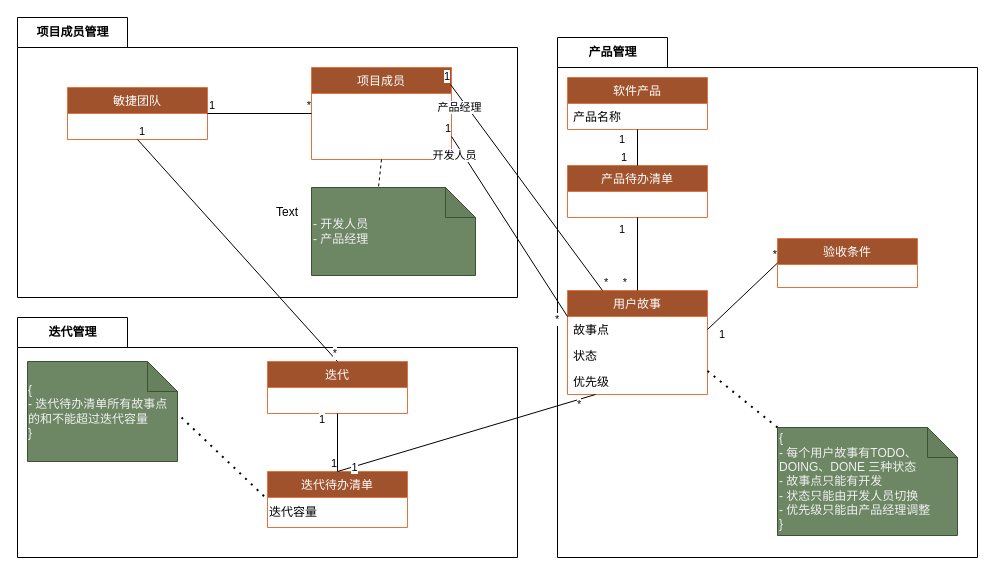
The draw.io diagram DDD/敏捷软件领域建模.drawio in fireroundgithub/draw.io, before the edit. Source tidied: cells renumbered, new cells numbered last; positions are measured from the earlier drawing's top-left corner, leaving out a move shared by most shapes. Both pictures are drawn from the tidied source at 100%, with x=0, y=0 at pixel (17, 17).
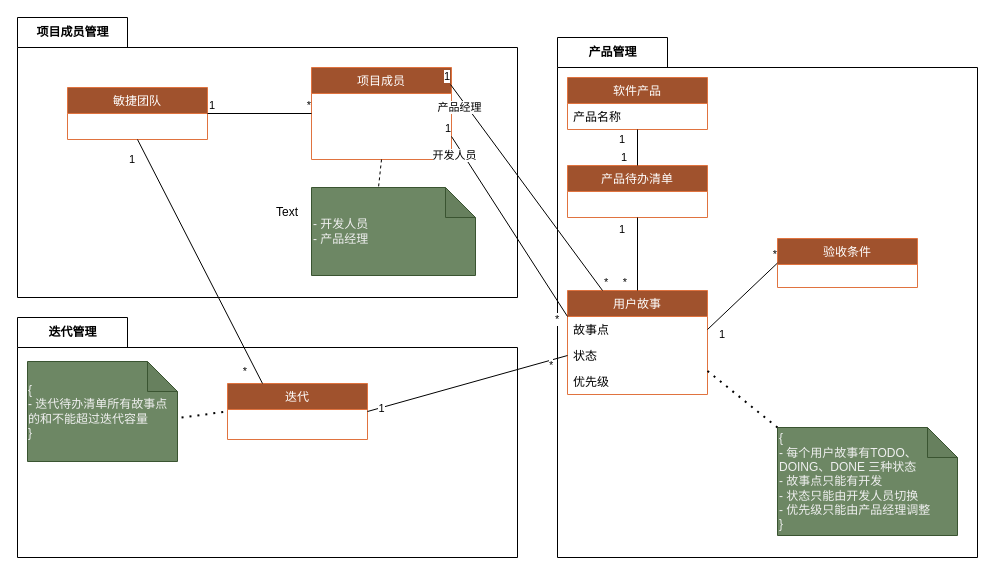
After the change.

Commit message (it also covers changes not shown here):
更新敏捷软件领域建模.drawio

Unchanged cells that the change refers to:
```xml
<mxCell id="6" value="敏捷团队" style="swimlane;fontStyle=0;horizontal=1;startSize=26;fillColor=#a0522d;strokeColor=#E0733F;fontColor=#ffffff;" parent="2" vertex="1">
  <mxGeometry x="50" y="70" width="140" height="52" as="geometry" />
</mxCell>
<mxCell id="15" value="状态" style="text;strokeColor=none;fillColor=none;align=left;verticalAlign=top;spacingLeft=4;spacingRight=4;overflow=hidden;points=[[0,0.5],[1,0.5]];portConstraint=eastwest;" parent="13" vertex="1">
  <mxGeometry y="52" width="140" height="26" as="geometry" />
</mxCell>
<mxCell id="16" value="优先级" style="text;strokeColor=none;fillColor=none;align=left;verticalAlign=top;spacingLeft=4;spacingRight=4;overflow=hidden;points=[[0,0.5],[1,0.5]];portConstraint=eastwest;" parent="13" vertex="1">
  <mxGeometry y="78" width="140" height="26" as="geometry" />
</mxCell>
<mxCell id="25" value="迭代管理" style="shape=folder;fontStyle=1;tabWidth=110;tabHeight=30;tabPosition=left;html=1;boundedLbl=1;labelInHeader=1;" parent="1" vertex="1">
  <mxGeometry y="300" width="500" height="240" as="geometry" />
</mxCell>
```

Diff of the diagram source:
```diff
@@
-    <mxCell id="26" value="迭代待办清单" style="swimlane;fontStyle=0;horizontal=1;startSize=26;fillColor=#a0522d;strokeColor=#E0733F;fontColor=#ffffff;" parent="25" vertex="1">
-      <mxGeometry x="250" y="154" width="140" height="56" as="geometry" />
+    <mxCell id="26" value="迭代" style="swimlane;fontStyle=0;horizontal=1;startSize=26;fillColor=#a0522d;strokeColor=#E0733F;fontColor=#ffffff;" parent="25" vertex="1">
+      <mxGeometry x="210" y="66" width="140" height="56" as="geometry" />
     </mxCell>
-    <mxCell id="27" value="&lt;span style=&quot;&quot;&gt;迭代容量&lt;/span&gt;" style="text;html=1;strokeColor=none;fillColor=none;align=left;verticalAlign=middle;whiteSpace=wrap;rounded=0;" parent="26" vertex="1">
-      <mxGeometry y="26" width="140" height="30" as="geometry" />
-    </mxCell>
@@
-    <mxCell id="29" value="迭代" style="swimlane;fontStyle=0;horizontal=1;startSize=26;fillColor=#a0522d;strokeColor=#E0733F;fontColor=#ffffff;" parent="25" vertex="1">
-      <mxGeometry x="250" y="44" width="140" height="52" as="geometry" />
-    </mxCell>
@@
-    <mxCell id="31" style="endArrow=none;html=1;edgeStyle=orthogonalEdgeStyle;rounded=0;exitX=0.5;exitY=1;exitDx=0;exitDy=0;entryX=0.5;entryY=0;entryDx=0;entryDy=0;" parent="25" edge="1" source="29" target="26">
-      <mxGeometry relative="1" as="geometry" />
-    </mxCell>
-    <mxCell id="32" value="1" style="edgeLabel;html=1;align=left;verticalAlign=bottom;" parent="31" vertex="1">
-      <mxGeometry x="-1" relative="1" as="geometry">
-        <mxPoint x="-20" y="14" as="offset" />
-      </mxGeometry>
-    </mxCell>
-    <mxCell id="33" value="1" style="edgeLabel;html=1;align=right;verticalAlign=bottom;" parent="31" vertex="1">
-      <mxGeometry x="1" relative="1" as="geometry" />
-    </mxCell>
-    <mxCell id="34" style="endArrow=none;html=1;rounded=0;exitX=0.2;exitY=1;exitDx=0;exitDy=0;entryX=0.5;entryY=0;entryDx=0;entryDy=0;exitPerimeter=0;" parent="1" edge="1" source="16" target="26">
+    <mxCell id="34" style="endArrow=none;html=1;rounded=0;exitX=0;exitY=0.5;exitDx=0;exitDy=0;entryX=1;entryY=0.5;entryDx=0;entryDy=0;" parent="1" edge="1" source="15" target="26">
       <mxGeometry relative="1" as="geometry" />
     </mxCell>
@@
-    <mxCell id="47" style="endArrow=none;html=1;rounded=0;exitX=0.5;exitY=1;exitDx=0;exitDy=0;entryX=0.5;entryY=0;entryDx=0;entryDy=0;" parent="1" edge="1" source="6" target="29">
+    <mxCell id="47" style="endArrow=none;html=1;rounded=0;exitX=0.5;exitY=1;exitDx=0;exitDy=0;entryX=0.25;entryY=0;entryDx=0;entryDy=0;" parent="1" edge="1" source="6" target="26">
       <mxGeometry relative="1" as="geometry" />
     </mxCell>
     <mxCell id="48" value="1" style="edgeLabel;html=1;align=left;verticalAlign=bottom;" parent="47" vertex="1">
-      <mxGeometry x="-1" relative="1" as="geometry" />
+      <mxGeometry x="-1" relative="1" as="geometry">
+        <mxPoint x="-10" y="28" as="offset" />
+      </mxGeometry>
     </mxCell>
     <mxCell id="49" value="*" style="edgeLabel;html=1;align=right;verticalAlign=bottom;" parent="47" vertex="1">
-      <mxGeometry x="1" relative="1" as="geometry" />
+      <mxGeometry x="1" relative="1" as="geometry">
+        <mxPoint x="-15" y="-4" as="offset" />
+      </mxGeometry>
     </mxCell>
```
